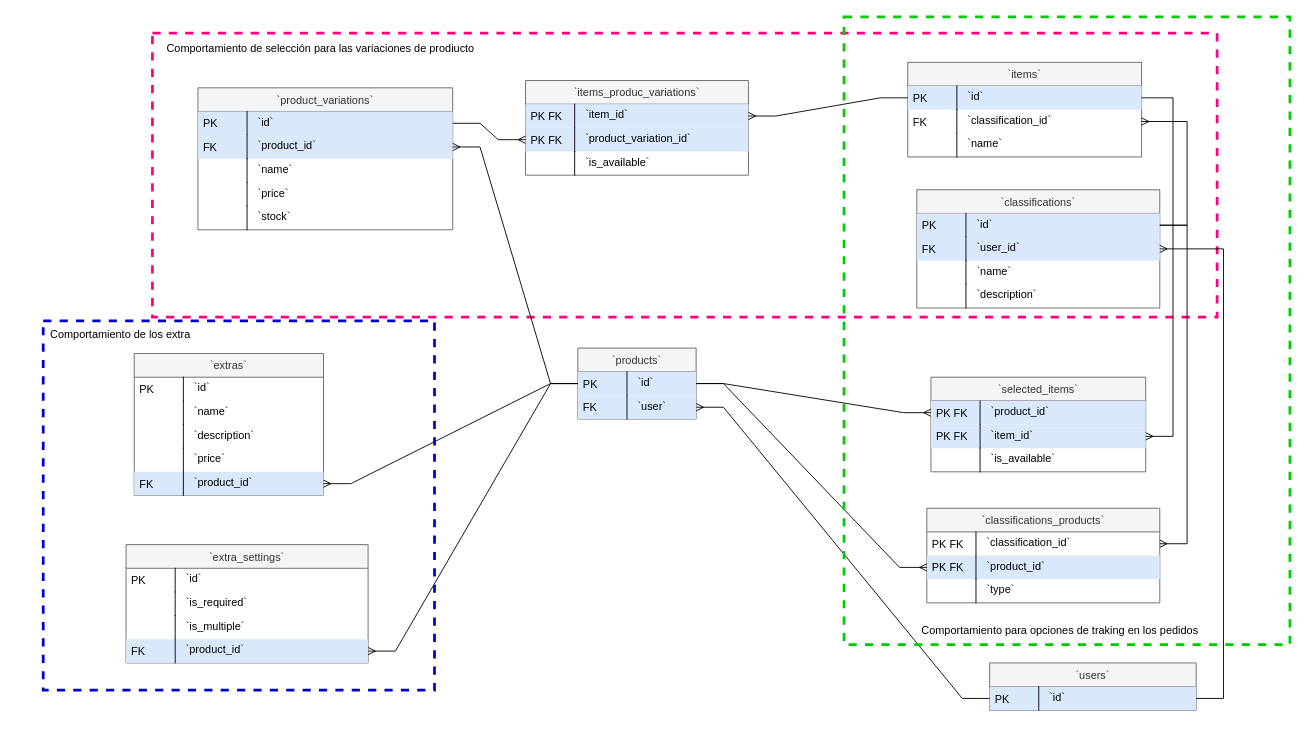
yebt/drawioschemes keeps this draw.io diagram as shopindero_product_expand.drawio. Above is the earlier version. Source tidied: cells renumbered, new cells numbered last; positions are measured from the earlier drawing's top-left corner, leaving out a move shared by most shapes. Both pictures are drawn from the tidied source at 91%, with x=0, y=0 at pixel (15, 16).
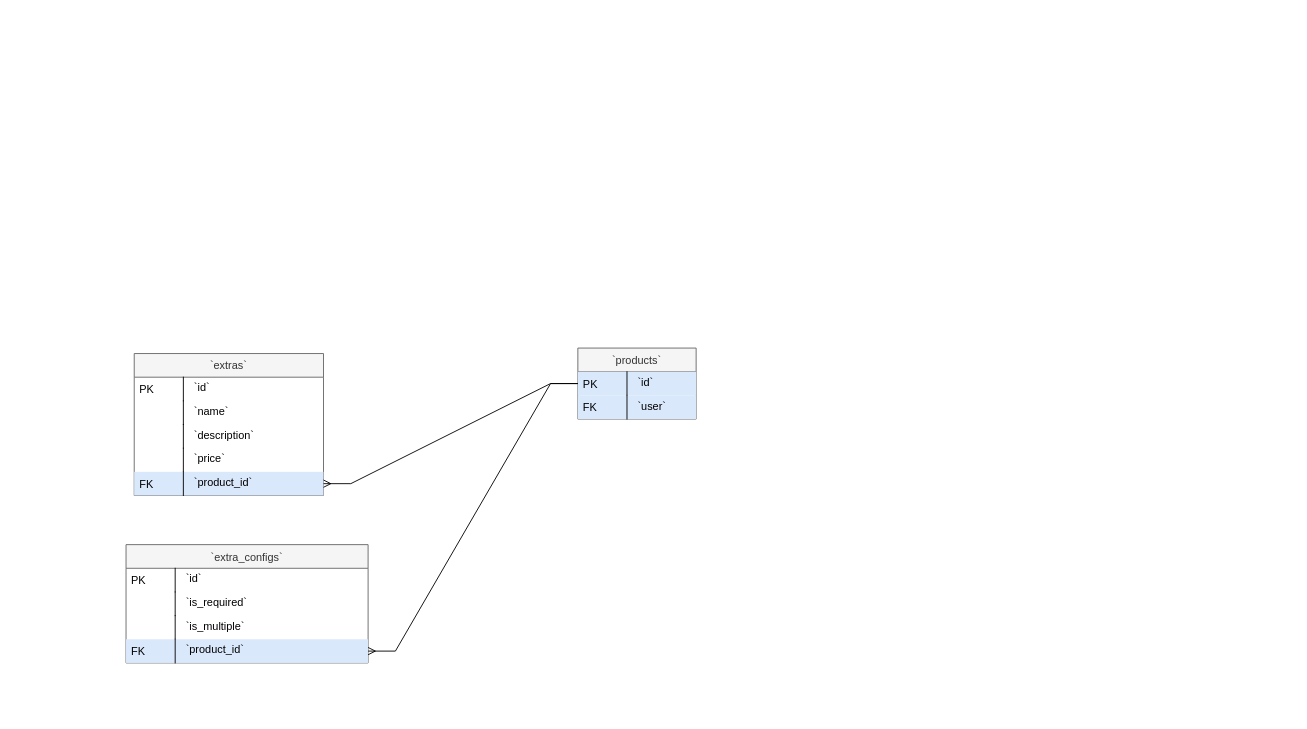
The same page after the edit.

The change refers to these unchanged cells:
```xml
<mxCell id="4" value="`id`" style="shape=partialRectangle;top=0;left=0;right=0;bottom=0;align=left;verticalAlign=top;spacingTop=-2;fillColor=#dae8fc;spacingLeft=64;spacingRight=4;overflow=hidden;points=[[0,0.5],[1,0.5]];portConstraint=eastwest;strokeColor=#6c8ebf;" parent="3" vertex="1">
  <mxGeometry y="26" width="130" height="26" as="geometry" />
</mxCell>
<mxCell id="6" value="`user`" style="shape=partialRectangle;top=0;left=0;right=0;bottom=0;align=left;verticalAlign=top;spacingTop=-2;fillColor=#dae8fc;spacingLeft=64;spacingRight=4;overflow=hidden;points=[[0,0.5],[1,0.5]];portConstraint=eastwest;strokeColor=#6c8ebf;" parent="3" vertex="1">
  <mxGeometry y="52" width="130" height="26" as="geometry" />
</mxCell>
```

Change to the diagram source:
```diff
@@
-    <mxCell id="2" style="rounded=0;whiteSpace=wrap;html=1;strokeColor=#FF0080;fillColor=none;strokeWidth=3;dashed=1;" parent="1" vertex="1">
-      <mxGeometry x="150" y="18" width="1170" height="312" as="geometry" />
-    </mxCell>
@@
-    <mxCell id="8" value="`users`" style="swimlane;fontStyle=0;horizontal=1;startSize=26;fillColor=#f5f5f5;swimlaneFillColor=default;align=center;fontColor=#333333;strokeColor=#666666;" parent="1" vertex="1">
-      <mxGeometry x="1070" y="710" width="227" height="52" as="geometry" />
-    </mxCell>
-    <mxCell id="9" value="`id`" style="shape=partialRectangle;top=0;left=0;right=0;bottom=0;align=left;verticalAlign=top;spacingTop=-2;fillColor=#dae8fc;spacingLeft=64;spacingRight=4;overflow=hidden;points=[[0,0.5],[1,0.5]];portConstraint=eastwest;strokeColor=#6c8ebf;" parent="8" vertex="1">
-      <mxGeometry y="26" width="227" height="26" as="geometry" />
-    </mxCell>
-    <mxCell id="10" value="PK" style="shape=partialRectangle;top=0;left=0;bottom=0;fillColor=none;align=left;verticalAlign=middle;spacingLeft=4;spacingRight=4;overflow=hidden;" parent="9" vertex="1">
-      <mxGeometry width="54" height="26" as="geometry" />
-    </mxCell>
@@
-    <mxCell id="22" value="`extra_settings`" style="swimlane;fontStyle=0;horizontal=1;startSize=26;fillColor=#f5f5f5;swimlaneFillColor=default;align=center;fontColor=#333333;strokeColor=#666666;" parent="1" vertex="1">
+    <mxCell id="22" value="`extra_configs`" style="swimlane;fontStyle=0;horizontal=1;startSize=26;fillColor=#f5f5f5;swimlaneFillColor=default;align=center;fontColor=#333333;strokeColor=#666666;" parent="1" vertex="1">
       <mxGeometry x="121" y="580" width="266" height="130" as="geometry" />
     </mxCell>
@@
-    <mxCell id="31" value="`classifications`" style="swimlane;fontStyle=0;horizontal=1;startSize=26;fillColor=#f5f5f5;swimlaneFillColor=default;align=center;fontColor=#333333;strokeColor=#666666;" parent="1" vertex="1">
-      <mxGeometry x="990" y="190" width="267" height="130" as="geometry" />
-    </mxCell>
-    <mxCell id="32" value="`id`" style="shape=partialRectangle;top=0;left=0;right=0;bottom=0;align=left;verticalAlign=top;spacingTop=-2;fillColor=#dae8fc;spacingLeft=64;spacingRight=4;overflow=hidden;points=[[0,0.5],[1,0.5]];portConstraint=eastwest;strokeColor=#6c8ebf;" parent="31" vertex="1">
-      <mxGeometry y="26" width="267" height="26" as="geometry" />
-    </mxCell>
-    <mxCell id="33" value="PK" style="shape=partialRectangle;top=0;left=0;bottom=0;fillColor=none;align=left;verticalAlign=middle;spacingLeft=4;spacingRight=4;overflow=hidden;" parent="32" vertex="1">
-      <mxGeometry width="54" height="26" as="geometry" />
-    </mxCell>
-    <mxCell id="34" value="`user_id`" style="shape=partialRectangle;top=0;left=0;right=0;bottom=0;align=left;verticalAlign=top;spacingTop=-2;fillColor=#dae8fc;spacingLeft=64;spacingRight=4;overflow=hidden;points=[[0,0.5],[1,0.5]];portConstraint=eastwest;strokeColor=#6c8ebf;" parent="31" vertex="1">
-      <mxGeometry y="52" width="267" height="26" as="geometry" />
-    </mxCell>
-    <mxCell id="35" value="FK" style="shape=partialRectangle;top=0;left=0;bottom=0;fillColor=none;align=left;verticalAlign=middle;spacingLeft=4;spacingRight=4;overflow=hidden;" parent="34" vertex="1">
-      <mxGeometry width="54" height="26" as="geometry" />
-    </mxCell>
-    <mxCell id="36" value="`name`" style="shape=partialRectangle;top=0;left=0;right=0;bottom=0;align=left;verticalAlign=top;spacingTop=-2;fillColor=none;spacingLeft=64;spacingRight=4;overflow=hidden;" parent="31" vertex="1">
-      <mxGeometry y="78" width="267" height="26" as="geometry" />
-    </mxCell>
-    <mxCell id="37" style="shape=partialRectangle;top=0;left=0;bottom=0;fillColor=none;align=left;verticalAlign=middle;spacingLeft=4;spacingRight=4;overflow=hidden;" parent="36" vertex="1">
-      <mxGeometry width="54" height="26" as="geometry" />
-    </mxCell>
-    <mxCell id="38" value="`description`" style="shape=partialRectangle;top=0;left=0;right=0;bottom=0;align=left;verticalAlign=top;spacingTop=-2;fillColor=none;spacingLeft=64;spacingRight=4;overflow=hidden;" parent="31" vertex="1">
-      <mxGeometry y="104" width="267" height="26" as="geometry" />
-    </mxCell>
-    <mxCell id="39" style="shape=partialRectangle;top=0;left=0;bottom=0;fillColor=none;align=left;verticalAlign=middle;spacingLeft=4;spacingRight=4;overflow=hidden;" parent="38" vertex="1">
-      <mxGeometry width="54" height="26" as="geometry" />
-    </mxCell>
-    <mxCell id="40" value="`items`" style="swimlane;fontStyle=0;horizontal=1;startSize=26;swimlaneFillColor=default;align=center;fillColor=#f5f5f5;fontColor=#333333;strokeColor=#666666;" parent="1" vertex="1">
-      <mxGeometry x="980" y="50" width="257" height="104" as="geometry" />
-    </mxCell>
-    <mxCell id="41" value="`id`" style="shape=partialRectangle;top=0;left=0;right=0;bottom=0;align=left;verticalAlign=top;spacingTop=-2;fillColor=#dae8fc;spacingLeft=64;spacingRight=4;overflow=hidden;points=[[0,0.5],[1,0.5]];portConstraint=eastwest;strokeColor=#6c8ebf;" parent="40" vertex="1">
-      <mxGeometry y="26" width="257" height="26" as="geometry" />
-    </mxCell>
-    <mxCell id="42" value="PK" style="shape=partialRectangle;top=0;left=0;bottom=0;fillColor=none;align=left;verticalAlign=middle;spacingLeft=4;spacingRight=4;overflow=hidden;" parent="41" vertex="1">
-      <mxGeometry width="54" height="26" as="geometry" />
-    </mxCell>
-    <mxCell id="43" value="`classification_id`" style="shape=partialRectangle;top=0;left=0;right=0;bottom=0;align=left;verticalAlign=top;spacingTop=-2;fillColor=none;spacingLeft=64;spacingRight=4;overflow=hidden;points=[[0,0.5],[1,0.5]];portConstraint=eastwest;" parent="40" vertex="1">
-      <mxGeometry y="52" width="257" height="26" as="geometry" />
-    </mxCell>
-    <mxCell id="44" value="FK" style="shape=partialRectangle;top=0;left=0;bottom=0;fillColor=none;align=left;verticalAlign=middle;spacingLeft=4;spacingRight=4;overflow=hidden;" parent="43" vertex="1">
-      <mxGeometry width="54" height="26" as="geometry" />
-    </mxCell>
-    <mxCell id="45" value="`name`" style="shape=partialRectangle;top=0;left=0;right=0;bottom=0;align=left;verticalAlign=top;spacingTop=-2;fillColor=none;spacingLeft=64;spacingRight=4;overflow=hidden;" parent="40" vertex="1">
-      <mxGeometry y="78" width="257" height="26" as="geometry" />
-    </mxCell>
-    <mxCell id="46" style="shape=partialRectangle;top=0;left=0;bottom=0;fillColor=none;align=left;verticalAlign=middle;spacingLeft=4;spacingRight=4;overflow=hidden;" parent="45" vertex="1">
-      <mxGeometry width="54" height="26" as="geometry" />
-    </mxCell>
-    <mxCell id="47" value="`selected_items`" style="swimlane;fontStyle=0;horizontal=1;startSize=26;fillColor=#f5f5f5;swimlaneFillColor=default;align=center;fontColor=#333333;strokeColor=#666666;" parent="1" vertex="1">
-      <mxGeometry x="1005.5" y="396" width="236" height="104" as="geometry" />
-    </mxCell>
-    <mxCell id="48" value="`product_id`" style="shape=partialRectangle;top=0;left=0;right=0;bottom=0;align=left;verticalAlign=top;spacingTop=-2;fillColor=#dae8fc;spacingLeft=64;spacingRight=4;overflow=hidden;points=[[0,0.5],[1,0.5]];portConstraint=eastwest;strokeColor=#6c8ebf;" parent="47" vertex="1">
-      <mxGeometry y="26" width="236" height="26" as="geometry" />
-    </mxCell>
-    <mxCell id="49" value="PK FK" style="shape=partialRectangle;top=0;left=0;bottom=0;fillColor=none;align=left;verticalAlign=middle;spacingLeft=4;spacingRight=4;overflow=hidden;" parent="48" vertex="1">
-      <mxGeometry width="54" height="26" as="geometry" />
-    </mxCell>
-    <mxCell id="50" value="`item_id`" style="shape=partialRectangle;top=0;left=0;right=0;bottom=0;align=left;verticalAlign=top;spacingTop=-2;fillColor=#dae8fc;spacingLeft=64;spacingRight=4;overflow=hidden;points=[[0,0.5],[1,0.5]];portConstraint=eastwest;strokeColor=#6c8ebf;" parent="47" vertex="1">
-      <mxGeometry y="52" width="236" height="26" as="geometry" />
-    </mxCell>
-    <mxCell id="51" value="PK FK" style="shape=partialRectangle;top=0;left=0;bottom=0;fillColor=none;align=left;verticalAlign=middle;spacingLeft=4;spacingRight=4;overflow=hidden;" parent="50" vertex="1">
-      <mxGeometry width="54" height="26" as="geometry" />
-    </mxCell>
-    <mxCell id="52" value="`is_available`" style="shape=partialRectangle;top=0;left=0;right=0;bottom=0;align=left;verticalAlign=top;spacingTop=-2;fillColor=none;spacingLeft=64;spacingRight=4;overflow=hidden;" parent="47" vertex="1">
-      <mxGeometry y="78" width="236" height="26" as="geometry" />
-    </mxCell>
-    <mxCell id="53" style="shape=partialRectangle;top=0;left=0;bottom=0;fillColor=none;align=left;verticalAlign=middle;spacingLeft=4;spacingRight=4;overflow=hidden;" parent="52" vertex="1">
-      <mxGeometry width="54" height="26" as="geometry" />
-    </mxCell>
-    <mxCell id="54" value="`product_variations`" style="swimlane;fontStyle=0;horizontal=1;startSize=26;fillColor=#f5f5f5;swimlaneFillColor=default;align=center;fontColor=#333333;strokeColor=#666666;" parent="1" vertex="1">
-      <mxGeometry x="200" y="78" width="280" height="156" as="geometry" />
-    </mxCell>
-    <mxCell id="55" value="`id`" style="shape=partialRectangle;top=0;left=0;right=0;bottom=0;align=left;verticalAlign=top;spacingTop=-2;fillColor=#dae8fc;spacingLeft=64;spacingRight=4;overflow=hidden;points=[[0,0.5],[1,0.5]];portConstraint=eastwest;strokeColor=#6c8ebf;" parent="54" vertex="1">
-      <mxGeometry y="26" width="280" height="26" as="geometry" />
-    </mxCell>
-    <mxCell id="56" value="PK" style="shape=partialRectangle;top=0;left=0;bottom=0;fillColor=none;align=left;verticalAlign=middle;spacingLeft=4;spacingRight=4;overflow=hidden;" parent="55" vertex="1">
-      <mxGeometry width="54" height="26" as="geometry" />
-    </mxCell>
-    <mxCell id="57" value="`product_id`" style="shape=partialRectangle;top=0;left=0;right=0;bottom=0;align=left;verticalAlign=top;spacingTop=-2;fillColor=#dae8fc;spacingLeft=64;spacingRight=4;overflow=hidden;points=[[0,0.5],[1,0.5]];portConstraint=eastwest;strokeColor=#6c8ebf;" parent="54" vertex="1">
-      <mxGeometry y="52" width="280" height="26" as="geometry" />
-    </mxCell>
-    <mxCell id="58" value="FK" style="shape=partialRectangle;top=0;left=0;bottom=0;fillColor=none;align=left;verticalAlign=middle;spacingLeft=4;spacingRight=4;overflow=hidden;" parent="57" vertex="1">
-      <mxGeometry width="54" height="26" as="geometry" />
-    </mxCell>
-    <mxCell id="59" value="`name`" style="shape=partialRectangle;top=0;left=0;right=0;bottom=0;align=left;verticalAlign=top;spacingTop=-2;fillColor=none;spacingLeft=64;spacingRight=4;overflow=hidden;" parent="54" vertex="1">
-      <mxGeometry y="78" width="280" height="26" as="geometry" />
-    </mxCell>
-    <mxCell id="60" style="shape=partialRectangle;top=0;left=0;bottom=0;fillColor=none;align=left;verticalAlign=middle;spacingLeft=4;spacingRight=4;overflow=hidden;" parent="59" vertex="1">
-      <mxGeometry width="54" height="26" as="geometry" />
-    </mxCell>
-    <mxCell id="61" value="`price`" style="shape=partialRectangle;top=0;left=0;right=0;bottom=0;align=left;verticalAlign=top;spacingTop=-2;fillColor=none;spacingLeft=64;spacingRight=4;overflow=hidden;" parent="54" vertex="1">
-      <mxGeometry y="104" width="280" height="26" as="geometry" />
-    </mxCell>
-    <mxCell id="62" style="shape=partialRectangle;top=0;left=0;bottom=0;fillColor=none;align=left;verticalAlign=middle;spacingLeft=4;spacingRight=4;overflow=hidden;" parent="61" vertex="1">
-      <mxGeometry width="54" height="26" as="geometry" />
-    </mxCell>
-    <mxCell id="63" value="`stock`" style="shape=partialRectangle;top=0;left=0;right=0;bottom=0;align=left;verticalAlign=top;spacingTop=-2;fillColor=none;spacingLeft=64;spacingRight=4;overflow=hidden;" parent="54" vertex="1">
-      <mxGeometry y="130" width="280" height="26" as="geometry" />
-    </mxCell>
-    <mxCell id="64" style="shape=partialRectangle;top=0;left=0;bottom=0;fillColor=none;align=left;verticalAlign=middle;spacingLeft=4;spacingRight=4;overflow=hidden;" parent="63" vertex="1">
-      <mxGeometry width="54" height="26" as="geometry" />
-    </mxCell>
-    <mxCell id="65" value="`items_produc_variations`" style="swimlane;fontStyle=0;horizontal=1;startSize=26;fillColor=#f5f5f5;swimlaneFillColor=default;align=center;fontColor=#333333;strokeColor=#666666;" parent="1" vertex="1">
-      <mxGeometry x="560" y="70" width="245" height="104" as="geometry" />
-    </mxCell>
-    <mxCell id="66" value="`item_id`" style="shape=partialRectangle;top=0;left=0;right=0;bottom=0;align=left;verticalAlign=top;spacingTop=-2;fillColor=#dae8fc;spacingLeft=64;spacingRight=4;overflow=hidden;points=[[0,0.5],[1,0.5]];portConstraint=eastwest;strokeColor=#6c8ebf;" parent="65" vertex="1">
-      <mxGeometry y="26" width="245" height="26" as="geometry" />
-    </mxCell>
-    <mxCell id="67" value="PK FK" style="shape=partialRectangle;top=0;left=0;bottom=0;fillColor=none;align=left;verticalAlign=middle;spacingLeft=4;spacingRight=4;overflow=hidden;" parent="66" vertex="1">
-      <mxGeometry width="54" height="26" as="geometry" />
-    </mxCell>
-    <mxCell id="68" value="`product_variation_id`" style="shape=partialRectangle;top=0;left=0;right=0;bottom=0;align=left;verticalAlign=top;spacingTop=-2;fillColor=#dae8fc;spacingLeft=64;spacingRight=4;overflow=hidden;points=[[0,0.5],[1,0.5]];portConstraint=eastwest;strokeColor=#6c8ebf;" parent="65" vertex="1">
-      <mxGeometry y="52" width="245" height="26" as="geometry" />
-    </mxCell>
-    <mxCell id="69" value="PK FK" style="shape=partialRectangle;top=0;left=0;bottom=0;fillColor=none;align=left;verticalAlign=middle;spacingLeft=4;spacingRight=4;overflow=hidden;" parent="68" vertex="1">
-      <mxGeometry width="54" height="26" as="geometry" />
-    </mxCell>
-    <mxCell id="70" value="`is_available`" style="shape=partialRectangle;top=0;left=0;right=0;bottom=0;align=left;verticalAlign=top;spacingTop=-2;fillColor=none;spacingLeft=64;spacingRight=4;overflow=hidden;" parent="65" vertex="1">
-      <mxGeometry y="78" width="245" height="26" as="geometry" />
-    </mxCell>
-    <mxCell id="71" style="shape=partialRectangle;top=0;left=0;bottom=0;fillColor=none;align=left;verticalAlign=middle;spacingLeft=4;spacingRight=4;overflow=hidden;" parent="70" vertex="1">
-      <mxGeometry width="54" height="26" as="geometry" />
-    </mxCell>
-    <mxCell id="72" style="edgeStyle=entityRelationEdgeStyle;rounded=0;jettySize=auto;html=1;endArrow=ERmany;endFill=0;" parent="1" edge="1" source="9" target="6">
-      <mxGeometry relative="1" as="geometry" />
-    </mxCell>
-    <mxCell id="73" style="edgeStyle=entityRelationEdgeStyle;rounded=0;jettySize=auto;html=1;endArrow=ERmany;endFill=0;" parent="1" edge="1" source="32" target="43">
-      <mxGeometry relative="1" as="geometry" />
-    </mxCell>
-    <mxCell id="74" value="`classifications_products`" style="swimlane;fontStyle=0;horizontal=1;startSize=26;fillColor=#f5f5f5;swimlaneFillColor=default;align=center;fontColor=#333333;strokeColor=#666666;" parent="1" vertex="1">
-      <mxGeometry x="1001" y="540" width="256" height="104" as="geometry" />
-    </mxCell>
-    <mxCell id="75" value="`classification_id`" style="shape=partialRectangle;top=0;left=0;right=0;bottom=0;align=left;verticalAlign=top;spacingTop=-2;fillColor=none;spacingLeft=64;spacingRight=4;overflow=hidden;points=[[0,0.5],[1,0.5]];portConstraint=eastwest;" parent="74" vertex="1">
-      <mxGeometry y="26" width="256" height="26" as="geometry" />
-    </mxCell>
-    <mxCell id="76" value="PK FK" style="shape=partialRectangle;top=0;left=0;bottom=0;fillColor=none;align=left;verticalAlign=middle;spacingLeft=4;spacingRight=4;overflow=hidden;" parent="75" vertex="1">
-      <mxGeometry width="54" height="26" as="geometry" />
-    </mxCell>
-    <mxCell id="77" value="`product_id`" style="shape=partialRectangle;top=0;left=0;right=0;bottom=0;align=left;verticalAlign=top;spacingTop=-2;fillColor=#dae8fc;spacingLeft=64;spacingRight=4;overflow=hidden;points=[[0,0.5],[1,0.5]];portConstraint=eastwest;strokeColor=#6c8ebf;" parent="74" vertex="1">
-      <mxGeometry y="52" width="256" height="26" as="geometry" />
-    </mxCell>
-    <mxCell id="78" value="PK FK" style="shape=partialRectangle;top=0;left=0;bottom=0;fillColor=none;align=left;verticalAlign=middle;spacingLeft=4;spacingRight=4;overflow=hidden;" parent="77" vertex="1">
-      <mxGeometry width="54" height="26" as="geometry" />
-    </mxCell>
-    <mxCell id="79" value="`type`" style="shape=partialRectangle;top=0;left=0;right=0;bottom=0;align=left;verticalAlign=top;spacingTop=-2;fillColor=none;spacingLeft=64;spacingRight=4;overflow=hidden;" parent="74" vertex="1">
-      <mxGeometry y="78" width="256" height="26" as="geometry" />
-    </mxCell>
-    <mxCell id="80" style="shape=partialRectangle;top=0;left=0;bottom=0;fillColor=none;align=left;verticalAlign=middle;spacingLeft=4;spacingRight=4;overflow=hidden;" parent="79" vertex="1">
-      <mxGeometry width="54" height="26" as="geometry" />
-    </mxCell>
-    <mxCell id="81" style="edgeStyle=entityRelationEdgeStyle;rounded=0;jettySize=auto;html=1;endArrow=ERmany;endFill=0;" parent="1" edge="1" source="32" target="75">
-      <mxGeometry relative="1" as="geometry" />
-    </mxCell>
-    <mxCell id="82" style="edgeStyle=entityRelationEdgeStyle;rounded=0;jettySize=auto;html=1;endArrow=ERmany;endFill=0;" parent="1" edge="1" source="4" target="77">
-      <mxGeometry relative="1" as="geometry" />
-    </mxCell>
-    <mxCell id="83" style="edgeStyle=entityRelationEdgeStyle;rounded=0;jettySize=auto;html=1;endArrow=ERmany;endFill=0;" parent="1" edge="1" source="4" target="48">
-      <mxGeometry relative="1" as="geometry" />
-    </mxCell>
-    <mxCell id="84" style="edgeStyle=entityRelationEdgeStyle;rounded=0;jettySize=auto;html=1;endArrow=ERmany;endFill=0;" parent="1" edge="1" source="4" target="57">
-      <mxGeometry relative="1" as="geometry" />
-    </mxCell>
-    <mxCell id="85" style="edgeStyle=entityRelationEdgeStyle;rounded=0;jettySize=auto;html=1;endArrow=ERmany;endFill=0;elbow=vertical;" parent="1" edge="1" source="41" target="50">
-      <mxGeometry relative="1" as="geometry" />
-    </mxCell>
-    <mxCell id="86" style="edgeStyle=entityRelationEdgeStyle;rounded=0;jettySize=auto;html=1;endArrow=ERmany;endFill=0;" parent="1" edge="1" source="41" target="66">
-      <mxGeometry relative="1" as="geometry" />
-    </mxCell>
-    <mxCell id="87" style="edgeStyle=entityRelationEdgeStyle;rounded=0;jettySize=auto;html=1;endArrow=ERmany;endFill=0;" parent="1" edge="1" source="55" target="68">
-      <mxGeometry relative="1" as="geometry" />
-    </mxCell>
@@
-    <mxCell id="90" style="edgeStyle=entityRelationEdgeStyle;rounded=0;jettySize=auto;html=1;endArrow=ERmany;endFill=0;" parent="1" edge="1" source="9" target="34">
-      <mxGeometry relative="1" as="geometry" />
-    </mxCell>
-    <mxCell id="91" style="rounded=0;whiteSpace=wrap;html=1;fillColor=none;strokeColor=#0000CC;dashed=1;strokeWidth=3;" parent="1" vertex="1">
-      <mxGeometry x="30" y="334" width="430" height="406" as="geometry" />
-    </mxCell>
-    <mxCell id="92" value="Comportamiento de los extra" style="text;html=1;strokeColor=none;fillColor=none;align=center;verticalAlign=middle;whiteSpace=wrap;rounded=0;" parent="1" vertex="1">
-      <mxGeometry y="334" width="230" height="30" as="geometry" />
-    </mxCell>
-    <mxCell id="93" value="Comportamiento de selección para las variaciones de prodiucto" style="text;html=1;strokeColor=none;fillColor=none;align=center;verticalAlign=middle;whiteSpace=wrap;rounded=0;" parent="1" vertex="1">
-      <mxGeometry x="140" y="20" width="390" height="30" as="geometry" />
-    </mxCell>
-    <mxCell id="94" style="rounded=0;whiteSpace=wrap;html=1;strokeColor=#00CC00;fillColor=none;dashed=1;strokeWidth=3;" parent="1" vertex="1">
-      <mxGeometry x="910" width="490" height="690" as="geometry" />
-    </mxCell>
-    <mxCell id="95" value="Comportamiento para opciones de traking en los pedidos" style="text;html=1;strokeColor=none;fillColor=none;align=center;verticalAlign=middle;whiteSpace=wrap;rounded=0;dashed=1;" parent="1" vertex="1">
-      <mxGeometry x="990" y="660" width="315.2" height="30" as="geometry" />
-    </mxCell>
```
